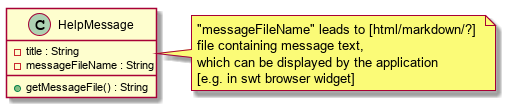
osl2/DAQ-Documents keeps this PlantUML diagram as 2-Entwurf/Diagramme/HelpClassDiagram.png. Above is the earlier version.
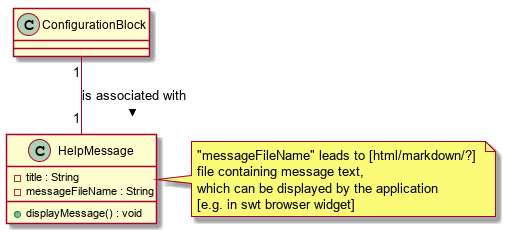
Later version of the same file.

The edit, as a diff of the source:
```diff
@@ -3,9 +3,11 @@
 class HelpMessage {
 	- title : String
 	- messageFileName : String
-	+ getMessageFile() : String
+	+ displayMessage() : void
 }
 
 note right of HelpMessage : "messageFileName" leads to [html/markdown/?] \nfile containing message text, \nwhich can be displayed by the application \n[e.g. in swt browser widget]
 
+ConfigurationBlock "1" -- "1" HelpMessage : is associated with >
+
 @enduml
```
